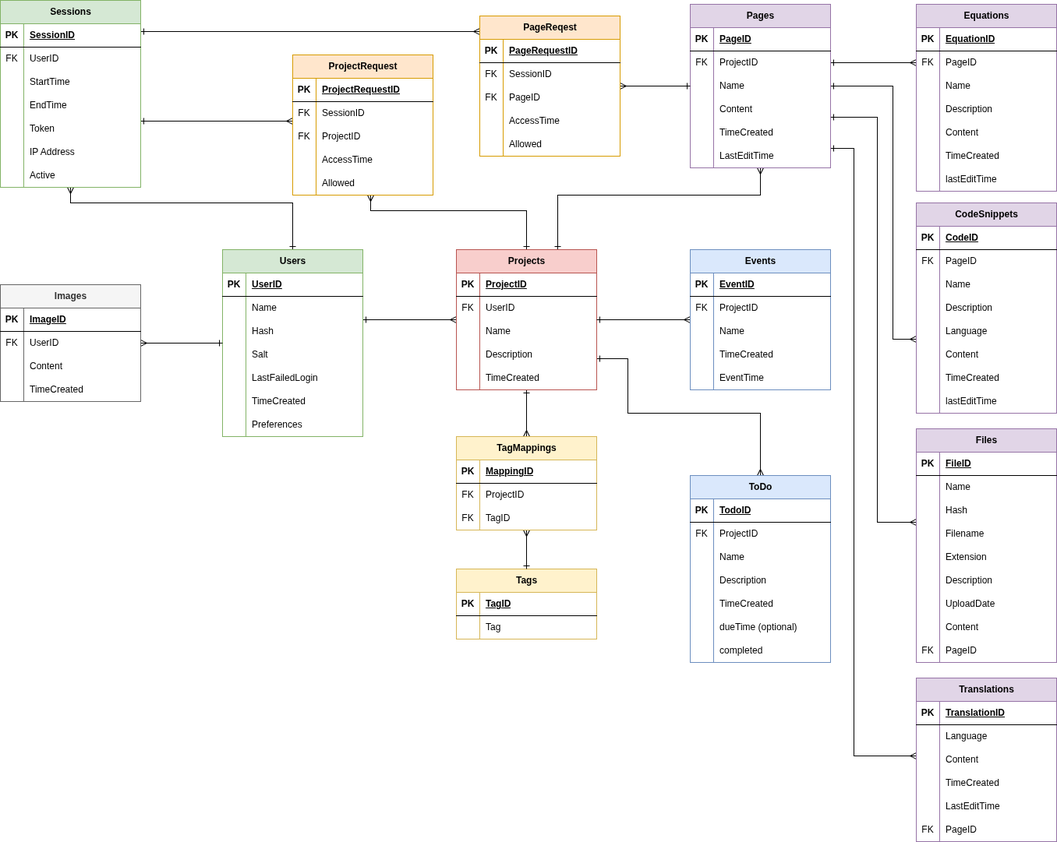
This is assets/ERD.png from Maple-Lazuli/one-place-v3, a draw.io export, as it was before one commit. Source tidied: cells renumbered, new cells last; positions are measured from the earlier drawing's top-left corner, leaving out a move shared by most shapes.
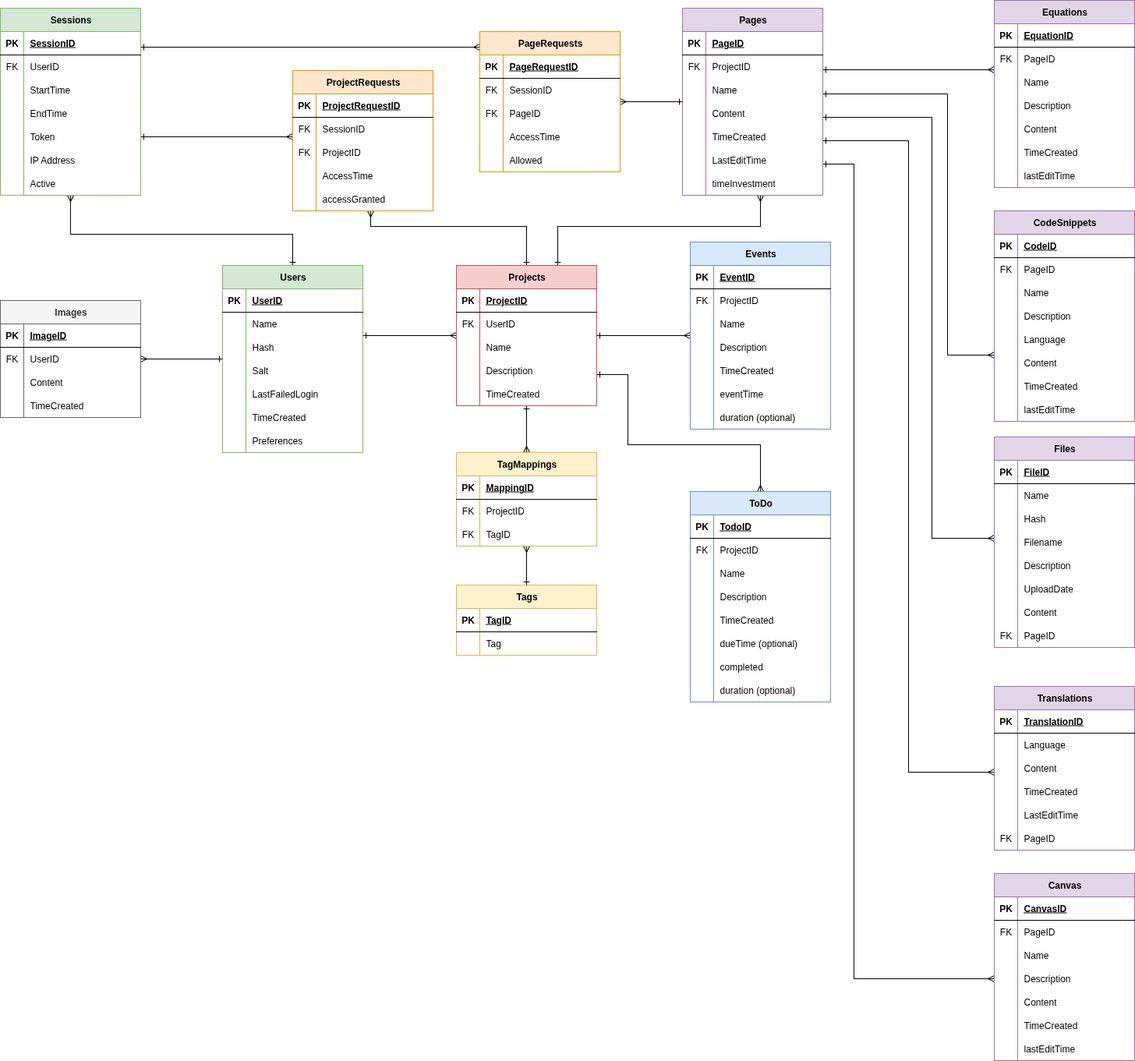
The same file after the commit.

Commit message:
finished the erd and testing the sql init files

Diff of the diagram source:
```diff
@@ -7,4 +7,4 @@
         <Array as="points">
-          <mxPoint x="90" y="260" />
-          <mxPoint x="375" y="260" />
+          <mxPoint x="90" y="280" />
+          <mxPoint x="375" y="280" />
         </Array>
@@ -29,3 +29,3 @@
     <mxCell id="5" value="Sessions" style="shape=table;startSize=30;rowLines=0;fontStyle=1;align=center;html=1;fillColor=#d5e8d4;strokeColor=#82b366;" parent="1" vertex="1">
-      <mxGeometry width="180" height="240" as="geometry" />
+      <mxGeometry y="-10" width="180" height="240" as="geometry" />
     </mxCell>
@@ -171,4 +171,4 @@
         <Array as="points">
-          <mxPoint x="975" y="250" />
-          <mxPoint x="715" y="250" />
+          <mxPoint x="975" y="270" />
+          <mxPoint x="715" y="270" />
         </Array>
@@ -176,7 +176,9 @@
     </mxCell>
-    <mxCell id="51" style="edgeStyle=orthogonalEdgeStyle;rounded=0;jettySize=auto;html=1;endArrow=ERmany;endFill=0;startArrow=ERone;startFill=0;" parent="1" edge="1" source="55" target="136">
+    <mxCell id="51" style="edgeStyle=orthogonalEdgeStyle;rounded=0;orthogonalLoop=1;jettySize=auto;html=1;endArrow=ERmany;endFill=0;startArrow=ERone;startFill=0;" parent="1" edge="1">
       <mxGeometry relative="1" as="geometry">
+        <mxPoint x="1055" y="69" as="sourcePoint" />
+        <mxPoint x="1275" y="69" as="targetPoint" />
         <Array as="points">
-          <mxPoint x="1145" y="80" />
-          <mxPoint x="1145" y="80" />
+          <mxPoint x="1145" y="69" />
+          <mxPoint x="1145" y="69" />
         </Array>
@@ -187,4 +189,4 @@
         <Array as="points">
-          <mxPoint x="1145" y="110" />
-          <mxPoint x="1145" y="435" />
+          <mxPoint x="1215" y="100" />
+          <mxPoint x="1215" y="435" />
         </Array>
@@ -195,4 +197,4 @@
         <Array as="points">
-          <mxPoint x="1125" y="150" />
-          <mxPoint x="1125" y="670" />
+          <mxPoint x="1195" y="130" />
+          <mxPoint x="1195" y="670" />
         </Array>
@@ -203,4 +205,4 @@
         <Array as="points">
-          <mxPoint x="1095" y="190" />
-          <mxPoint x="1095" y="970" />
+          <mxPoint x="1165" y="160" />
+          <mxPoint x="1165" y="970" />
         </Array>
@@ -208,4 +210,12 @@
     </mxCell>
+    <mxCell id="291" style="edgeStyle=orthogonalEdgeStyle;rounded=0;jettySize=auto;html=1;entryX=0;entryY=0.5;entryDx=0;entryDy=0;endArrow=ERmany;endFill=0;startArrow=ERone;startFill=0;" parent="1" edge="1" source="55" target="314">
+      <mxGeometry relative="1" as="geometry">
+        <Array as="points">
+          <mxPoint x="1095" y="190" />
+          <mxPoint x="1095" y="1235" />
+        </Array>
+      </mxGeometry>
+    </mxCell>
     <mxCell id="55" value="Pages" style="shape=table;startSize=30;rowLines=0;fontStyle=1;align=center;html=1;fillColor=#e1d5e7;strokeColor=#9673a6;" parent="1" vertex="1">
-      <mxGeometry x="885" y="5" width="180" height="210" as="geometry" />
+      <mxGeometry x="875" y="-10" width="180" height="240" as="geometry" />
     </mxCell>
@@ -265,2 +275,11 @@
     </mxCell>
+    <mxCell id="292" style="shape=tableRow;horizontal=0;startSize=0;swimlaneHead=0;swimlaneBody=0;fillColor=none;top=0;left=0;right=0;bottom=0;" parent="55" vertex="1">
+      <mxGeometry y="210" width="180" height="30" as="geometry" />
+    </mxCell>
+    <mxCell id="293" style="shape=partialRectangle;fillColor=none;top=0;left=0;bottom=0;right=0;overflow=hidden;whiteSpace=wrap;html=1;" parent="292" vertex="1">
+      <mxGeometry width="30" height="30" as="geometry" />
+    </mxCell>
+    <mxCell id="294" value="timeInvestment" style="shape=partialRectangle;fillColor=none;top=0;left=0;bottom=0;right=0;align=left;spacingLeft=6;overflow=hidden;whiteSpace=wrap;html=1;" parent="292" vertex="1">
+      <mxGeometry x="30" width="150" height="30" as="geometry" />
+    </mxCell>
     <mxCell id="74" style="edgeStyle=orthogonalEdgeStyle;rounded=0;jettySize=auto;html=1;startArrow=ERone;startFill=0;endArrow=ERmany;endFill=0;" parent="1" edge="1" source="77" target="239">
@@ -277,4 +296,4 @@
           <mxPoint x="805" y="460" />
-          <mxPoint x="805" y="530" />
-          <mxPoint x="975" y="530" />
+          <mxPoint x="805" y="550" />
+          <mxPoint x="975" y="550" />
         </Array>
@@ -388,3 +407,3 @@
     <mxCell id="111" value="CodeSnippets" style="shape=table;startSize=30;rowLines=0;fontStyle=1;align=center;html=1;fillColor=#e1d5e7;strokeColor=#9673a6;" parent="1" vertex="1">
-      <mxGeometry x="1175" y="260" width="180" height="270" as="geometry" />
+      <mxGeometry x="1275" y="250" width="180" height="270" as="geometry" />
     </mxCell>
@@ -463,3 +482,3 @@
     <mxCell id="136" value="Equations" style="shape=table;startSize=30;rowLines=0;fontStyle=1;align=center;html=1;fillColor=#e1d5e7;strokeColor=#9673a6;" parent="1" vertex="1">
-      <mxGeometry x="1175" y="5" width="180" height="240" as="geometry" />
+      <mxGeometry x="1275" y="-20" width="180" height="240" as="geometry" />
     </mxCell>
@@ -529,3 +548,3 @@
     <mxCell id="158" value="Files" style="shape=table;startSize=30;rowLines=0;fontStyle=1;align=center;html=1;fillColor=#e1d5e7;strokeColor=#9673a6;" parent="1" vertex="1">
-      <mxGeometry x="1175" y="550" width="180" height="300" as="geometry" />
+      <mxGeometry x="1275" y="540" width="180" height="270" as="geometry" />
     </mxCell>
@@ -567,13 +586,4 @@
     </mxCell>
-    <mxCell id="171" style="shape=tableRow;horizontal=0;startSize=0;swimlaneHead=0;swimlaneBody=0;fillColor=none;top=0;left=0;right=0;bottom=0;" parent="158" vertex="1">
-      <mxGeometry y="150" width="180" height="30" as="geometry" />
-    </mxCell>
-    <mxCell id="172" style="shape=partialRectangle;fillColor=none;top=0;left=0;bottom=0;right=0;overflow=hidden;whiteSpace=wrap;html=1;" parent="171" vertex="1">
-      <mxGeometry width="30" height="30" as="geometry" />
-    </mxCell>
-    <mxCell id="173" value="Extension" style="shape=partialRectangle;fillColor=none;top=0;left=0;bottom=0;right=0;align=left;spacingLeft=6;overflow=hidden;whiteSpace=wrap;html=1;" parent="171" vertex="1">
-      <mxGeometry x="30" width="150" height="30" as="geometry" />
-    </mxCell>
     <mxCell id="174" style="shape=tableRow;horizontal=0;startSize=0;swimlaneHead=0;swimlaneBody=0;fillColor=none;top=0;left=0;right=0;bottom=0;" parent="158" vertex="1">
-      <mxGeometry y="180" width="180" height="30" as="geometry" />
+      <mxGeometry y="150" width="180" height="30" as="geometry" />
     </mxCell>
@@ -586,3 +596,3 @@
     <mxCell id="177" style="shape=tableRow;horizontal=0;startSize=0;swimlaneHead=0;swimlaneBody=0;fillColor=none;top=0;left=0;right=0;bottom=0;" parent="158" vertex="1">
-      <mxGeometry y="210" width="180" height="30" as="geometry" />
+      <mxGeometry y="180" width="180" height="30" as="geometry" />
     </mxCell>
@@ -595,3 +605,3 @@
     <mxCell id="180" style="shape=tableRow;horizontal=0;startSize=0;swimlaneHead=0;swimlaneBody=0;fillColor=none;top=0;left=0;right=0;bottom=0;" parent="158" vertex="1">
-      <mxGeometry y="240" width="180" height="30" as="geometry" />
+      <mxGeometry y="210" width="180" height="30" as="geometry" />
     </mxCell>
@@ -604,3 +614,3 @@
     <mxCell id="183" style="shape=tableRow;horizontal=0;startSize=0;swimlaneHead=0;swimlaneBody=0;fillColor=none;top=0;left=0;right=0;bottom=0;" parent="158" vertex="1">
-      <mxGeometry y="270" width="180" height="30" as="geometry" />
+      <mxGeometry y="240" width="180" height="30" as="geometry" />
     </mxCell>
@@ -658,3 +668,3 @@
     <mxCell id="201" value="Events" style="shape=table;startSize=30;rowLines=0;fontStyle=1;align=center;html=1;fillColor=#dae8fc;strokeColor=#6c8ebf;" parent="1" vertex="1">
-      <mxGeometry x="885" y="320" width="180" height="180" as="geometry" />
+      <mxGeometry x="885" y="290" width="180" height="240" as="geometry" />
     </mxCell>
@@ -693,3 +703,3 @@
     </mxCell>
-    <mxCell id="213" value="TimeCreated" style="shape=partialRectangle;fillColor=none;top=0;left=0;bottom=0;right=0;align=left;spacingLeft=6;overflow=hidden;whiteSpace=wrap;html=1;" parent="211" vertex="1">
+    <mxCell id="213" value="Description" style="shape=partialRectangle;fillColor=none;top=0;left=0;bottom=0;right=0;align=left;spacingLeft=6;overflow=hidden;whiteSpace=wrap;html=1;" parent="211" vertex="1">
       <mxGeometry x="30" width="150" height="30" as="geometry" />
@@ -702,7 +712,25 @@
     </mxCell>
-    <mxCell id="216" value="EventTime" style="shape=partialRectangle;fillColor=none;top=0;left=0;bottom=0;right=0;align=left;spacingLeft=6;overflow=hidden;whiteSpace=wrap;html=1;" parent="214" vertex="1">
+    <mxCell id="216" value="TimeCreated" style="shape=partialRectangle;fillColor=none;top=0;left=0;bottom=0;right=0;align=left;spacingLeft=6;overflow=hidden;whiteSpace=wrap;html=1;" parent="214" vertex="1">
       <mxGeometry x="30" width="150" height="30" as="geometry" />
     </mxCell>
+    <mxCell id="295" style="shape=tableRow;horizontal=0;startSize=0;swimlaneHead=0;swimlaneBody=0;fillColor=none;top=0;left=0;right=0;bottom=0;" parent="201" vertex="1">
+      <mxGeometry y="180" width="180" height="30" as="geometry" />
+    </mxCell>
+    <mxCell id="296" style="shape=partialRectangle;fillColor=none;top=0;left=0;bottom=0;right=0;overflow=hidden;whiteSpace=wrap;html=1;" parent="295" vertex="1">
+      <mxGeometry width="30" height="30" as="geometry" />
+    </mxCell>
+    <mxCell id="297" value="eventTime" style="shape=partialRectangle;fillColor=none;top=0;left=0;bottom=0;right=0;align=left;spacingLeft=6;overflow=hidden;whiteSpace=wrap;html=1;" parent="295" vertex="1">
+      <mxGeometry x="30" width="150" height="30" as="geometry" />
+    </mxCell>
+    <mxCell id="298" style="shape=tableRow;horizontal=0;startSize=0;swimlaneHead=0;swimlaneBody=0;fillColor=none;top=0;left=0;right=0;bottom=0;" parent="201" vertex="1">
+      <mxGeometry y="210" width="180" height="30" as="geometry" />
+    </mxCell>
+    <mxCell id="299" style="shape=partialRectangle;fillColor=none;top=0;left=0;bottom=0;right=0;overflow=hidden;whiteSpace=wrap;html=1;" parent="298" vertex="1">
+      <mxGeometry width="30" height="30" as="geometry" />
+    </mxCell>
+    <mxCell id="300" value="duration (optional)" style="shape=partialRectangle;fillColor=none;top=0;left=0;bottom=0;right=0;align=left;spacingLeft=6;overflow=hidden;whiteSpace=wrap;html=1;" parent="298" vertex="1">
+      <mxGeometry x="30" width="150" height="30" as="geometry" />
+    </mxCell>
     <mxCell id="217" value="ToDo" style="shape=table;startSize=30;rowLines=0;fontStyle=1;align=center;html=1;fillColor=#dae8fc;strokeColor=#6c8ebf;" parent="1" vertex="1">
-      <mxGeometry x="885" y="610" width="180" height="240" as="geometry" />
+      <mxGeometry x="885" y="610" width="180" height="270" as="geometry" />
     </mxCell>
@@ -771,3 +799,12 @@
     </mxCell>
+    <mxCell id="301" style="shape=tableRow;horizontal=0;startSize=0;swimlaneHead=0;swimlaneBody=0;fillColor=none;top=0;left=0;right=0;bottom=0;" parent="217" vertex="1">
+      <mxGeometry y="240" width="180" height="30" as="geometry" />
+    </mxCell>
+    <mxCell id="302" style="shape=partialRectangle;fillColor=none;top=0;left=0;bottom=0;right=0;overflow=hidden;whiteSpace=wrap;html=1;" parent="301" vertex="1">
+      <mxGeometry width="30" height="30" as="geometry" />
+    </mxCell>
+    <mxCell id="303" value="duration (optional)" style="shape=partialRectangle;fillColor=none;top=0;left=0;bottom=0;right=0;align=left;spacingLeft=6;overflow=hidden;whiteSpace=wrap;html=1;" parent="301" vertex="1">
+      <mxGeometry x="30" width="150" height="30" as="geometry" />
+    </mxCell>
-    <mxCell id="239" value="ProjectRequest" style="shape=table;startSize=30;rowLines=0;fontStyle=1;align=center;html=1;fillColor=#ffe6cc;strokeColor=#d79b00;" parent="1" vertex="1">
+    <mxCell id="239" value="ProjectRequests" style="shape=table;startSize=30;rowLines=0;fontStyle=1;align=center;html=1;fillColor=#ffe6cc;strokeColor=#d79b00;" parent="1" vertex="1">
       <mxGeometry x="375" y="70" width="180" height="180" as="geometry" />
@@ -816,3 +853,3 @@
     </mxCell>
-    <mxCell id="254" value="Allowed" style="shape=partialRectangle;fillColor=none;top=0;left=0;bottom=0;right=0;align=left;spacingLeft=6;overflow=hidden;whiteSpace=wrap;html=1;" parent="252" vertex="1">
+    <mxCell id="254" value="accessGranted" style="shape=partialRectangle;fillColor=none;top=0;left=0;bottom=0;right=0;align=left;spacingLeft=6;overflow=hidden;whiteSpace=wrap;html=1;" parent="252" vertex="1">
       <mxGeometry x="30" width="150" height="30" as="geometry" />
@@ -822,3 +859,3 @@
     </mxCell>
-    <mxCell id="256" value="PageReqest" style="shape=table;startSize=30;rowLines=0;fontStyle=1;align=center;html=1;fillColor=#ffe6cc;strokeColor=#d79b00;" parent="1" vertex="1">
+    <mxCell id="256" value="PageRequests" style="shape=table;startSize=30;rowLines=0;fontStyle=1;align=center;html=1;fillColor=#ffe6cc;strokeColor=#d79b00;" parent="1" vertex="1">
       <mxGeometry x="615" y="20" width="180" height="180" as="geometry" />
@@ -871,3 +908,3 @@
     <mxCell id="272" value="Translations" style="shape=table;startSize=30;rowLines=0;fontStyle=1;align=center;html=1;fillColor=#e1d5e7;strokeColor=#9673a6;" parent="1" vertex="1">
-      <mxGeometry x="1175" y="870" width="180" height="210" as="geometry" />
+      <mxGeometry x="1275" y="860" width="180" height="210" as="geometry" />
     </mxCell>
@@ -927,2 +964,68 @@
     </mxCell>
+    <mxCell id="304" value="Canvas" style="shape=table;startSize=30;rowLines=0;fontStyle=1;align=center;html=1;fillColor=#e1d5e7;strokeColor=#9673a6;" parent="1" vertex="1">
+      <mxGeometry x="1275" y="1100" width="180" height="240" as="geometry" />
+    </mxCell>
+    <mxCell id="305" style="shape=tableRow;horizontal=0;startSize=0;swimlaneHead=0;swimlaneBody=0;fillColor=none;top=0;left=0;right=0;bottom=1;" parent="304" vertex="1">
+      <mxGeometry y="30" width="180" height="30" as="geometry" />
+    </mxCell>
+    <mxCell id="306" value="PK" style="shape=partialRectangle;fillColor=none;top=0;left=0;bottom=0;right=0;fontStyle=1;overflow=hidden;whiteSpace=wrap;html=1;" parent="305" vertex="1">
+      <mxGeometry width="30" height="30" as="geometry" />
+    </mxCell>
+    <mxCell id="307" value="CanvasID" style="shape=partialRectangle;fillColor=none;top=0;left=0;bottom=0;right=0;align=left;spacingLeft=6;fontStyle=5;overflow=hidden;whiteSpace=wrap;html=1;" parent="305" vertex="1">
+      <mxGeometry x="30" width="150" height="30" as="geometry" />
+    </mxCell>
+    <mxCell id="308" style="shape=tableRow;horizontal=0;startSize=0;swimlaneHead=0;swimlaneBody=0;fillColor=none;top=0;left=0;right=0;bottom=0;" parent="304" vertex="1">
+      <mxGeometry y="60" width="180" height="30" as="geometry" />
+    </mxCell>
+    <mxCell id="309" value="FK" style="shape=partialRectangle;fillColor=none;top=0;left=0;bottom=0;right=0;overflow=hidden;whiteSpace=wrap;html=1;" parent="308" vertex="1">
+      <mxGeometry width="30" height="30" as="geometry" />
+    </mxCell>
+    <mxCell id="310" value="PageID" style="shape=partialRectangle;fillColor=none;top=0;left=0;bottom=0;right=0;align=left;spacingLeft=6;overflow=hidden;whiteSpace=wrap;html=1;" parent="308" vertex="1">
+      <mxGeometry x="30" width="150" height="30" as="geometry" />
+    </mxCell>
+    <mxCell id="311" style="shape=tableRow;horizontal=0;startSize=0;swimlaneHead=0;swimlaneBody=0;fillColor=none;top=0;left=0;right=0;bottom=0;" parent="304" vertex="1">
+      <mxGeometry y="90" width="180" height="30" as="geometry" />
+    </mxCell>
+    <mxCell id="312" style="shape=partialRectangle;fillColor=none;top=0;left=0;bottom=0;right=0;overflow=hidden;whiteSpace=wrap;html=1;" parent="311" vertex="1">
+      <mxGeometry width="30" height="30" as="geometry" />
+    </mxCell>
+    <mxCell id="313" value="Name" style="shape=partialRectangle;fillColor=none;top=0;left=0;bottom=0;right=0;align=left;spacingLeft=6;overflow=hidden;whiteSpace=wrap;html=1;" parent="311" vertex="1">
+      <mxGeometry x="30" width="150" height="30" as="geometry" />
+    </mxCell>
+    <mxCell id="314" style="shape=tableRow;horizontal=0;startSize=0;swimlaneHead=0;swimlaneBody=0;fillColor=none;points=[[0,0.5],[1,0.5]];portConstraint=eastwest;top=0;left=0;right=0;bottom=0;" parent="304" vertex="1">
+      <mxGeometry y="120" width="180" height="30" as="geometry" />
+    </mxCell>
+    <mxCell id="315" style="shape=partialRectangle;fillColor=none;top=0;left=0;bottom=0;right=0;overflow=hidden;whiteSpace=wrap;html=1;" parent="314" vertex="1">
+      <mxGeometry width="30" height="30" as="geometry" />
+    </mxCell>
+    <mxCell id="316" value="Description" style="shape=partialRectangle;fillColor=none;top=0;left=0;bottom=0;right=0;align=left;spacingLeft=6;overflow=hidden;whiteSpace=wrap;html=1;" parent="314" vertex="1">
+      <mxGeometry x="30" width="150" height="30" as="geometry" />
+    </mxCell>
+    <mxCell id="171" style="shape=tableRow;horizontal=0;startSize=0;swimlaneHead=0;swimlaneBody=0;fillColor=none;top=0;left=0;right=0;bottom=0;" parent="304" vertex="1">
+      <mxGeometry y="150" width="180" height="30" as="geometry" />
+    </mxCell>
+    <mxCell id="317" style="shape=partialRectangle;fillColor=none;top=0;left=0;bottom=0;right=0;overflow=hidden;whiteSpace=wrap;html=1;" parent="171" vertex="1">
+      <mxGeometry width="30" height="30" as="geometry" />
+    </mxCell>
+    <mxCell id="318" value="Content" style="shape=partialRectangle;fillColor=none;top=0;left=0;bottom=0;right=0;align=left;spacingLeft=6;overflow=hidden;whiteSpace=wrap;html=1;" parent="171" vertex="1">
+      <mxGeometry x="30" width="150" height="30" as="geometry" />
+    </mxCell>
+    <mxCell id="319" style="shape=tableRow;horizontal=0;startSize=0;swimlaneHead=0;swimlaneBody=0;fillColor=none;top=0;left=0;right=0;bottom=0;" parent="304" vertex="1">
+      <mxGeometry y="180" width="180" height="30" as="geometry" />
+    </mxCell>
+    <mxCell id="320" style="shape=partialRectangle;fillColor=none;top=0;left=0;bottom=0;right=0;overflow=hidden;whiteSpace=wrap;html=1;" parent="319" vertex="1">
+      <mxGeometry width="30" height="30" as="geometry" />
+    </mxCell>
+    <mxCell id="321" value="TimeCreated" style="shape=partialRectangle;fillColor=none;top=0;left=0;bottom=0;right=0;align=left;spacingLeft=6;overflow=hidden;whiteSpace=wrap;html=1;" parent="319" vertex="1">
+      <mxGeometry x="30" width="150" height="30" as="geometry" />
+    </mxCell>
+    <mxCell id="322" style="shape=tableRow;horizontal=0;startSize=0;swimlaneHead=0;swimlaneBody=0;fillColor=none;top=0;left=0;right=0;bottom=0;" parent="304" vertex="1">
+      <mxGeometry y="210" width="180" height="30" as="geometry" />
+    </mxCell>
+    <mxCell id="323" style="shape=partialRectangle;fillColor=none;top=0;left=0;bottom=0;right=0;overflow=hidden;whiteSpace=wrap;html=1;" parent="322" vertex="1">
+      <mxGeometry width="30" height="30" as="geometry" />
+    </mxCell>
+    <mxCell id="324" value="lastEditTime" style="shape=partialRectangle;fillColor=none;top=0;left=0;bottom=0;right=0;align=left;spacingLeft=6;overflow=hidden;whiteSpace=wrap;html=1;" parent="322" vertex="1">
+      <mxGeometry x="30" width="150" height="30" as="geometry" />
+    </mxCell>
   </root>
```
